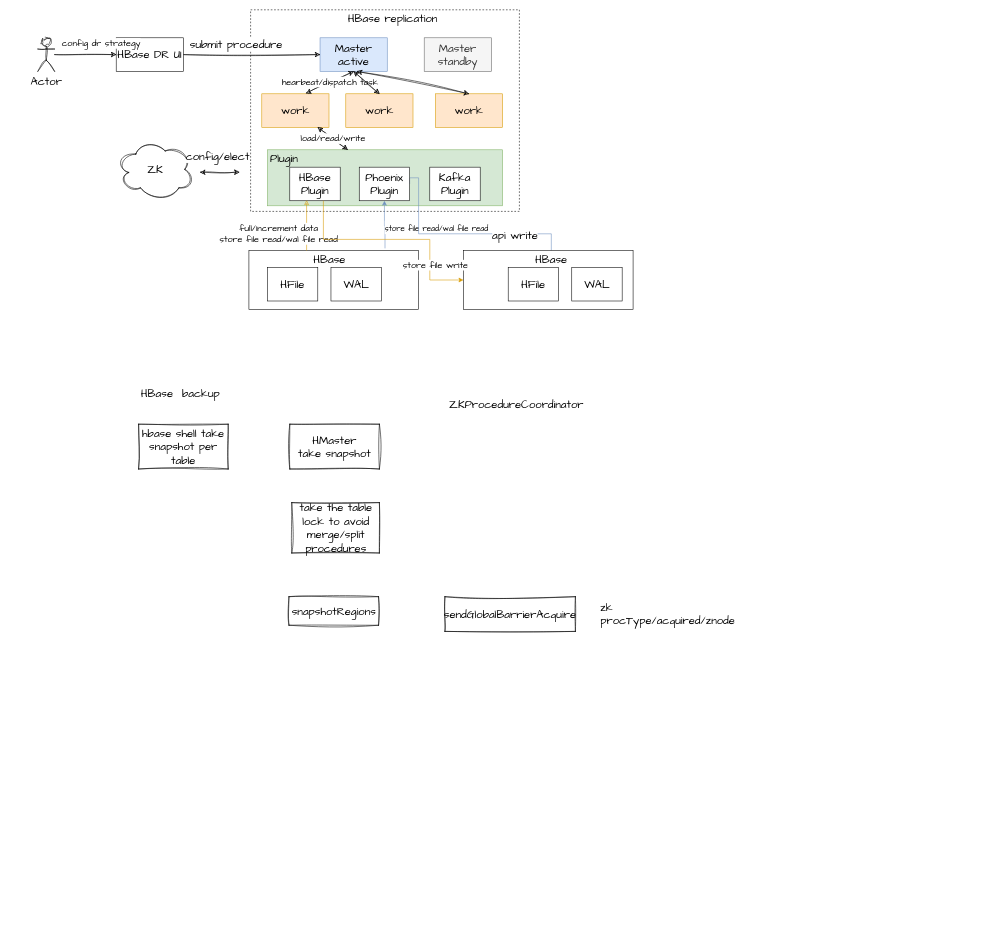
Above: techlab/hbase dr.drawio in qiufang1314/drawio (draw.io), before the change. Source tidied: cells renumbered, new cells numbered last; positions are measured from the earlier drawing's top-left corner, leaving out a move shared by most shapes. Both pictures are drawn from the tidied source at 56%, with x=0, y=0 at pixel (38, 10).
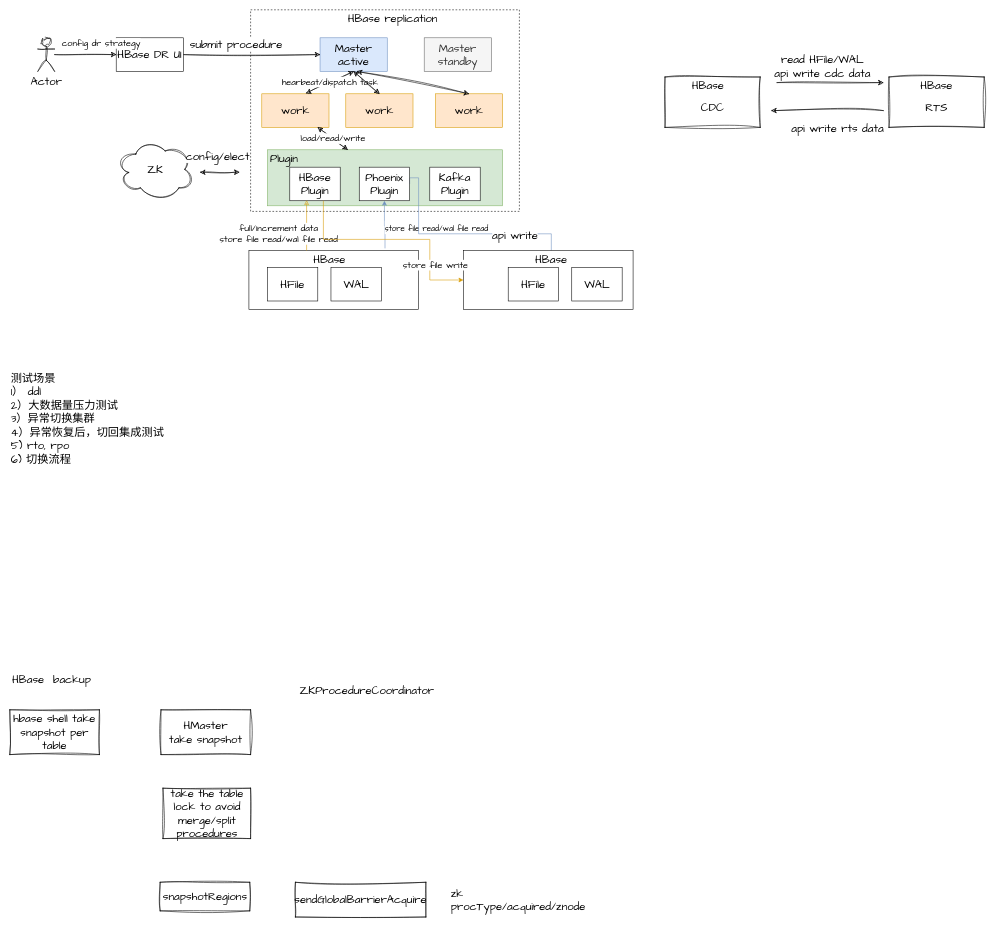
Above is the later version.

The edit, as a diff of the source:
```diff
@@
     <mxCell id="40" value="hbase shell take snapshot per table" style="rounded=0;whiteSpace=wrap;html=1;sketch=1;hachureGap=4;jiggle=2;curveFitting=1;fontFamily=Architects Daughter;fontSize=20;" parent="1" vertex="1">
-      <mxGeometry x="180" y="740" width="160" height="80" as="geometry" />
+      <mxGeometry x="-50" y="1250" width="160" height="80" as="geometry" />
     </mxCell>
     <mxCell id="41" value="HMaster&lt;br&gt;take snapshot" style="rounded=0;whiteSpace=wrap;html=1;sketch=1;hachureGap=4;jiggle=2;curveFitting=1;fontFamily=Architects Daughter;fontSize=20;" parent="1" vertex="1">
-      <mxGeometry x="450" y="740" width="160" height="80" as="geometry" />
+      <mxGeometry x="220" y="1250" width="160" height="80" as="geometry" />
     </mxCell>
     <mxCell id="42" value="take the table lock to avoid merge/split procedures" style="rounded=0;whiteSpace=wrap;html=1;sketch=1;hachureGap=4;jiggle=2;curveFitting=1;fontFamily=Architects Daughter;fontSize=20;" parent="1" vertex="1">
-      <mxGeometry x="453.5" y="880" width="156.5" height="90" as="geometry" />
+      <mxGeometry x="223.5" y="1390" width="156.5" height="90" as="geometry" />
     </mxCell>
     <mxCell id="43" value="HBase &amp;nbsp;backup" style="text;html=1;strokeColor=none;fillColor=none;align=center;verticalAlign=middle;whiteSpace=wrap;rounded=0;fontSize=20;fontFamily=Architects Daughter;" parent="1" vertex="1">
-      <mxGeometry x="180" y="670" width="150" height="30" as="geometry" />
+      <mxGeometry x="-50" y="1180" width="150" height="30" as="geometry" />
     </mxCell>
     <mxCell id="44" value="snapshotRegions" style="rounded=0;whiteSpace=wrap;html=1;sketch=1;hachureGap=4;jiggle=2;curveFitting=1;fontFamily=Architects Daughter;fontSize=20;" parent="1" vertex="1">
-      <mxGeometry x="448.5" y="1048" width="160" height="51" as="geometry" />
+      <mxGeometry x="218.5" y="1558" width="160" height="51" as="geometry" />
     </mxCell>
     <mxCell id="45" value="sendGlobalBarrierAcquire" style="rounded=0;whiteSpace=wrap;html=1;sketch=1;hachureGap=4;jiggle=2;curveFitting=1;fontFamily=Architects Daughter;fontSize=20;" parent="1" vertex="1">
-      <mxGeometry x="727" y="1048" width="233" height="62" as="geometry" />
+      <mxGeometry x="460" y="1558" width="233" height="62" as="geometry" />
     </mxCell>
     <mxCell id="46" value="ZKProcedureCoordinator" style="text;html=1;strokeColor=none;fillColor=none;align=center;verticalAlign=middle;whiteSpace=wrap;rounded=0;fontSize=20;fontFamily=Architects Daughter;" parent="1" vertex="1">
-      <mxGeometry x="780" y="690" width="150" height="30" as="geometry" />
+      <mxGeometry x="513" y="1200" width="150" height="30" as="geometry" />
     </mxCell>
     <mxCell id="47" value="zk&lt;br&gt;procType/acquired/znode" style="text;html=1;strokeColor=none;fillColor=none;align=left;verticalAlign=middle;whiteSpace=wrap;rounded=0;fontSize=20;fontFamily=Architects Daughter;" parent="1" vertex="1">
-      <mxGeometry x="1003" y="1064" width="60" height="30" as="geometry" />
+      <mxGeometry x="736" y="1574" width="60" height="30" as="geometry" />
     </mxCell>
+    <mxCell id="48" style="rounded=0;whiteSpace=wrap;html=1;sketch=1;hachureGap=4;jiggle=2;curveFitting=1;fontFamily=Architects Daughter;fontSize=20;" parent="1" vertex="1">
+      <mxGeometry x="1120" y="120" width="170" height="90" as="geometry" />
+    </mxCell>
+    <mxCell id="49" value="CDC" style="text;html=1;strokeColor=none;fillColor=none;align=center;verticalAlign=middle;whiteSpace=wrap;rounded=0;fontSize=20;fontFamily=Architects Daughter;" parent="1" vertex="1">
+      <mxGeometry x="1175" y="160" width="60" height="30" as="geometry" />
+    </mxCell>
+    <mxCell id="50" style="rounded=0;whiteSpace=wrap;html=1;sketch=1;hachureGap=4;jiggle=2;curveFitting=1;fontFamily=Architects Daughter;fontSize=20;" parent="1" vertex="1">
+      <mxGeometry x="1520" y="120" width="170" height="90" as="geometry" />
+    </mxCell>
+    <mxCell id="51" value="RTS" style="text;html=1;strokeColor=none;fillColor=none;align=center;verticalAlign=middle;whiteSpace=wrap;rounded=0;fontSize=20;fontFamily=Architects Daughter;" parent="1" vertex="1">
+      <mxGeometry x="1575" y="160" width="60" height="30" as="geometry" />
+    </mxCell>
+    <mxCell id="52" style="endArrow=classic;html=1;rounded=0;sketch=1;hachureGap=4;jiggle=2;curveFitting=1;fontFamily=Architects Daughter;fontSize=16;" parent="1" edge="1">
+      <mxGeometry relative="1" as="geometry">
+        <mxPoint x="1320" y="130" as="sourcePoint" />
+        <mxPoint x="1510" y="130" as="targetPoint" />
+      </mxGeometry>
+    </mxCell>
+    <mxCell id="53" value="read HFile/WAL&lt;br&gt;api write cdc data" style="edgeLabel;html=1;align=center;verticalAlign=middle;fontSize=20;fontFamily=Architects Daughter;" parent="52" vertex="1">
+      <mxGeometry y="4" relative="1" as="geometry">
+        <mxPoint x="-15" y="-26" as="offset" />
+      </mxGeometry>
+    </mxCell>
+    <mxCell id="54" style="endArrow=classic;html=1;rounded=0;sketch=1;hachureGap=4;jiggle=2;curveFitting=1;fontFamily=Architects Daughter;fontSize=16;" parent="1" edge="1">
+      <mxGeometry relative="1" as="geometry">
+        <mxPoint x="1510" y="180" as="sourcePoint" />
+        <mxPoint x="1310" y="180" as="targetPoint" />
+      </mxGeometry>
+    </mxCell>
+    <mxCell id="55" value="api write rts data" style="edgeLabel;html=1;align=center;verticalAlign=middle;fontSize=20;fontFamily=Architects Daughter;" parent="54" vertex="1">
+      <mxGeometry x="-0.36" y="1" relative="1" as="geometry">
+        <mxPoint x="-19" y="29" as="offset" />
+      </mxGeometry>
+    </mxCell>
+    <mxCell id="56" value="HBase" style="text;html=1;strokeColor=none;fillColor=none;align=center;verticalAlign=middle;whiteSpace=wrap;rounded=0;fontSize=20;fontFamily=Architects Daughter;" parent="1" vertex="1">
+      <mxGeometry x="1167" y="120" width="60" height="30" as="geometry" />
+    </mxCell>
+    <mxCell id="57" value="HBase" style="text;html=1;strokeColor=none;fillColor=none;align=center;verticalAlign=middle;whiteSpace=wrap;rounded=0;fontSize=20;fontFamily=Architects Daughter;" parent="1" vertex="1">
+      <mxGeometry x="1575" y="120" width="60" height="30" as="geometry" />
+    </mxCell>
+    <mxCell id="58" value="测试场景&lt;br&gt;1） ddl&lt;br&gt;2）大数据量压力测试&lt;br&gt;3）异常切换集群&lt;br&gt;4）异常恢复后，切回集成测试&lt;br&gt;5) rto, rpo&lt;br&gt;6) 切换流程" style="text;html=1;strokeColor=none;fillColor=none;align=left;verticalAlign=top;whiteSpace=wrap;rounded=0;fontSize=20;fontFamily=Architects Daughter;" parent="1" vertex="1">
+      <mxGeometry x="-50" y="640" width="450" height="160" as="geometry" />
+    </mxCell>
```
